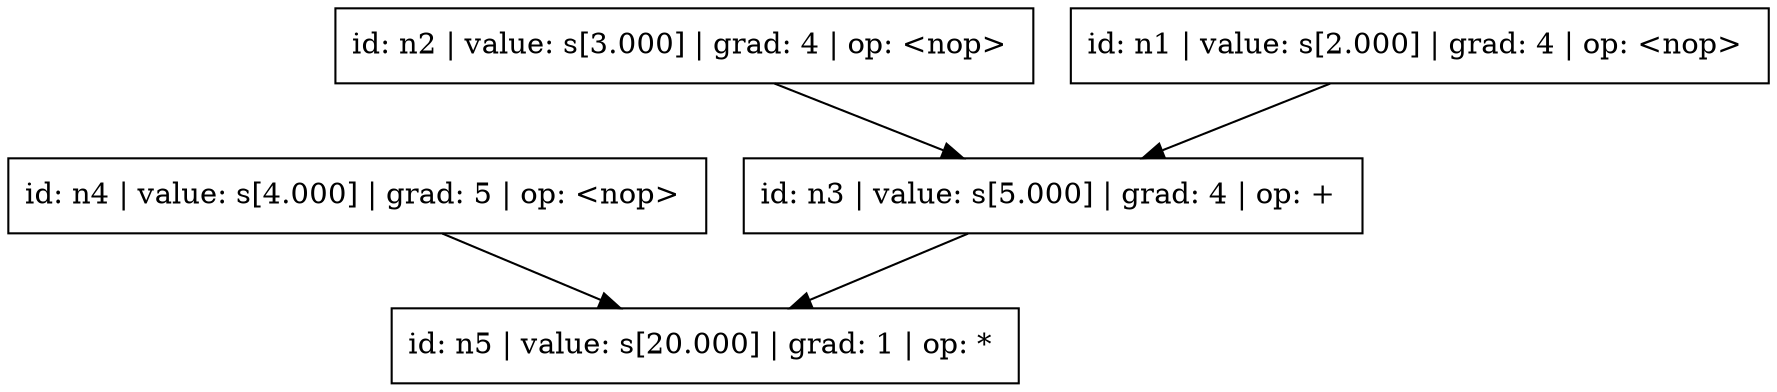
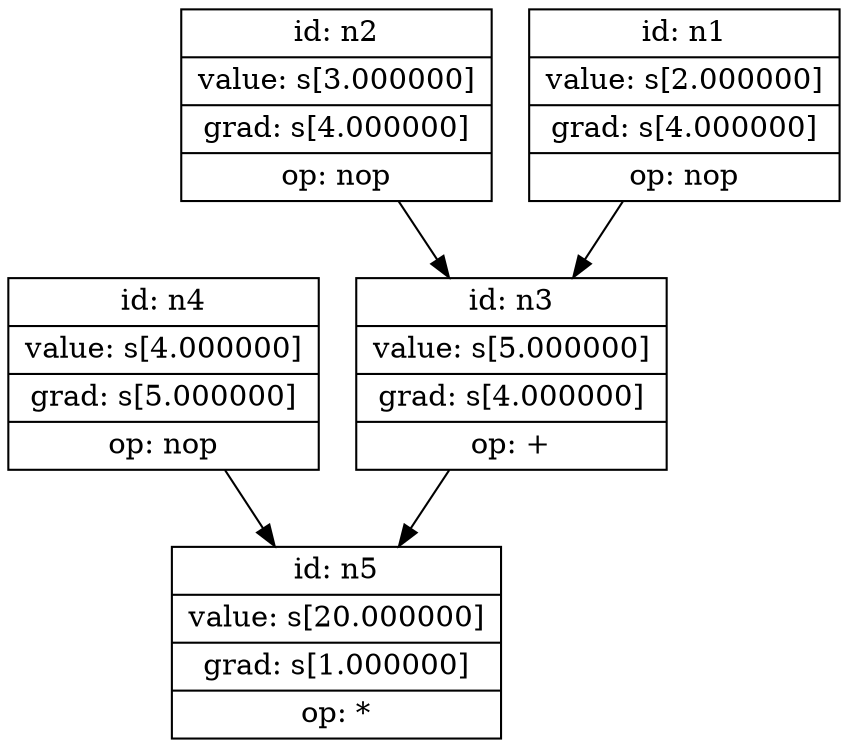
digraph ComputeGraph {
rankdir=TB;

- n5 [label="id: n5 | value: s[20.000] | grad: 1 | op: * ", shape=box]
- n4 [label="id: n4 | value: s[4.000] | grad: 5 | op: <nop> ", shape=box]
- n3 [label="id: n3 | value: s[5.000] | grad: 4 | op: + ", shape=box]
- n2 [label="id: n2 | value: s[3.000] | grad: 4 | op: <nop> ", shape=box]
- n1 [label="id: n1 | value: s[2.000] | grad: 4 | op: <nop> ", shape=box]
+ n5 [label="{id: n5 | value: s[20.000000] | grad: s[1.000000] | op: *}", shape=record]
+ n4 [label="{id: n4 | value: s[4.000000] | grad: s[5.000000] | op: nop}", shape=record]
+ n3 [label="{id: n3 | value: s[5.000000] | grad: s[4.000000] | op: +}", shape=record]
+ n2 [label="{id: n2 | value: s[3.000000] | grad: s[4.000000] | op: nop}", shape=record]
+ n1 [label="{id: n1 | value: s[2.000000] | grad: s[4.000000] | op: nop}", shape=record]
n3 -> n5;
n4 -> n5;
n1 -> n3;
n2 -> n3;

}
